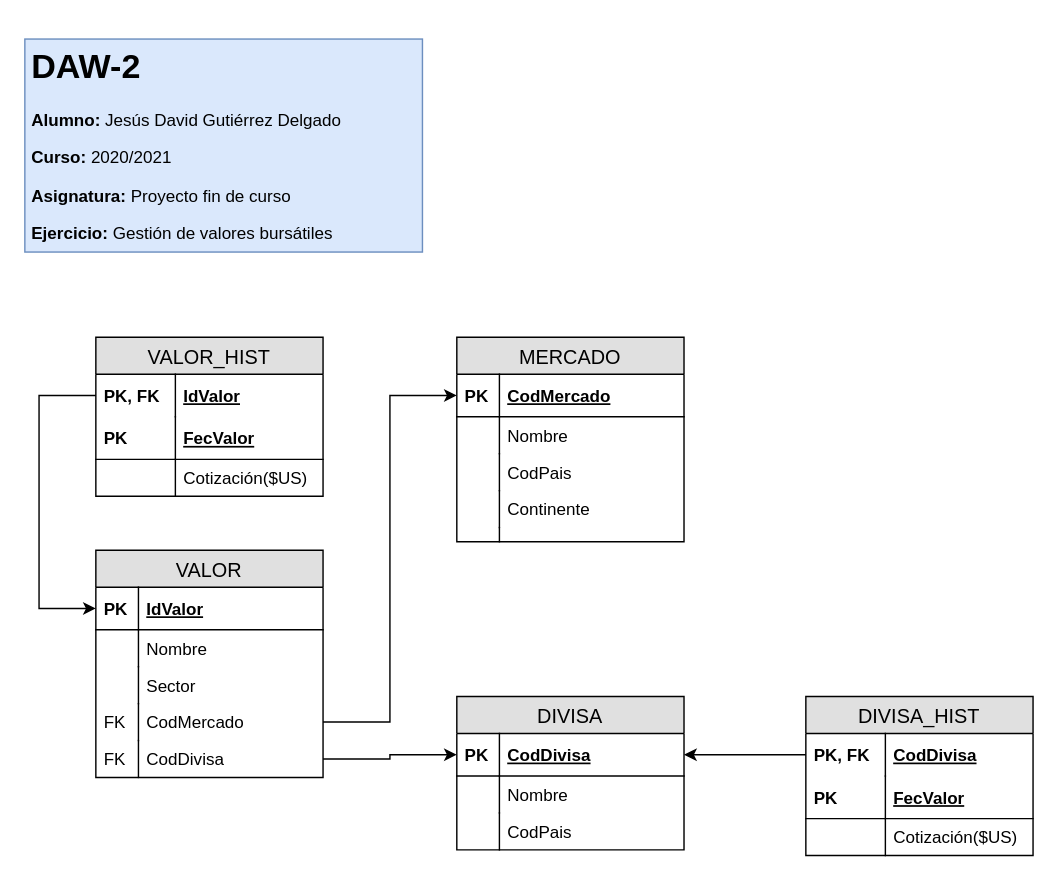
This is Diagrama E-R.drawio from jesusdavidguti/ProyectoFinDeCurso, a draw.io file, before an edit. Source tidied: cells renumbered, new cells numbered last; positions are measured from the earlier drawing's top-left corner, leaving out a move shared by most shapes. Both pictures are drawn from the tidied source at 142%, with x=0, y=0 at pixel (24, 38).
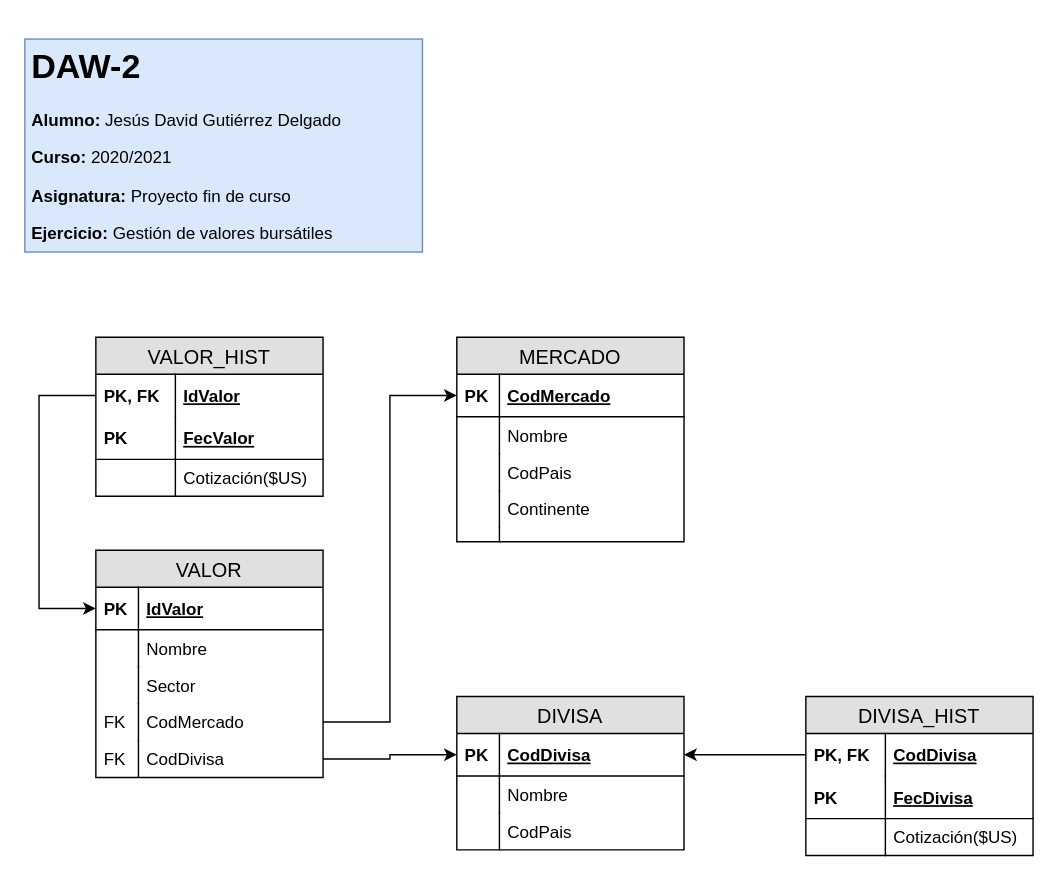
The same diagram, later.

The change refers to these unchanged cells:
```xml
<mxCell id="41" value="DIVISA_HIST" style="swimlane;fontStyle=0;horizontal=1;startSize=26;fillColor=#e0e0e0;swimlaneFillColor=#ffffff;align=center;fontSize=14;" parent="1" vertex="1">
  <mxGeometry x="550" y="463" width="160" height="112" as="geometry" />
</mxCell>
```

What changed in the source:
```diff
@@
-    <mxCell id="44" value="FecValor" style="shape=partialRectangle;top=0;left=0;right=0;bottom=1;align=left;verticalAlign=middle;fillColor=none;spacingLeft=60;spacingRight=4;overflow=hidden;fontStyle=5;fontSize=12;" parent="41" vertex="1">
+    <mxCell id="44" value="FecDivisa" style="shape=partialRectangle;top=0;left=0;right=0;bottom=1;align=left;verticalAlign=middle;fillColor=none;spacingLeft=60;spacingRight=4;overflow=hidden;fontStyle=5;fontSize=12;" parent="41" vertex="1">
       <mxGeometry y="56" width="160" height="30" as="geometry" />
     </mxCell>
```
